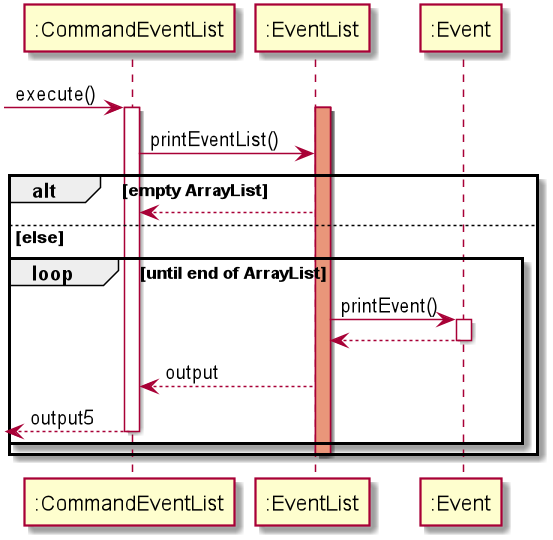
Before: docs/EventDiagram/SequenceDiagram/CommandEventList.png, a diagram exported from PlantUML (nus-cs2113-AY2021S1/tp). The source it was exported from:
```plantuml
@startuml
 -> ":CommandEventList" : execute()

activate ":CommandEventList"
activate ":EventList"
activate ":EventList" #DarkSalmon
":CommandEventList"  -> ":EventList":printEventList()
alt empty ArrayList
    ":EventList" --> ":CommandEventList"
else else
    loop until end of ArrayList
        ":EventList" -> ":Event" : printEvent()
        activate ":Event"
        ":Event" --> ":EventList"
        deactivate ":Event"
        ":EventList" --> ":CommandEventList" : output
        return output5
    end
    deactivate ":EventList"
    deactivate ":EventList"
    deactivate ":CommandEventList"
end
@enduml
```
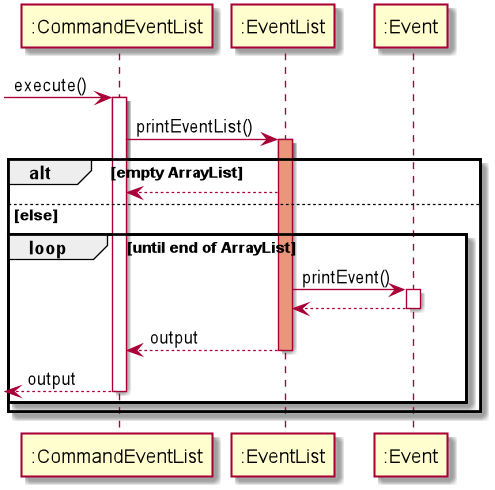
Above is the later version.

Change to the diagram source:
```diff
@@ -2,9 +2,9 @@
  -> ":CommandEventList" : execute()
 
 activate ":CommandEventList"
-activate ":EventList"
+
+":CommandEventList"  -> ":EventList":printEventList()
 activate ":EventList" #DarkSalmon
-":CommandEventList"  -> ":EventList":printEventList()
 alt empty ArrayList
     ":EventList" --> ":CommandEventList"
 else else
@@ -14,7 +14,8 @@
         ":Event" --> ":EventList"
         deactivate ":Event"
         ":EventList" --> ":CommandEventList" : output
-        return output5
+        deactivate ":EventList"
+        return output
     end
     deactivate ":EventList"
     deactivate ":EventList"
```
